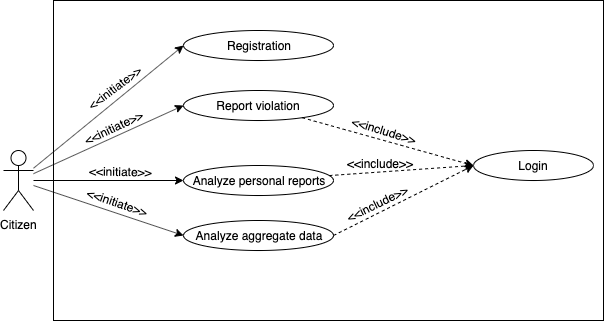
Above: Documentation/RASD/Images/UML/UseCaseUser.png in AndreaFalanti/FalantiHuang-SwEngineering2 (draw.io), before the change. Source tidied: cells renumbered, new cells last; positions are measured from the earlier drawing's top-left corner, leaving out a move shared by most shapes.
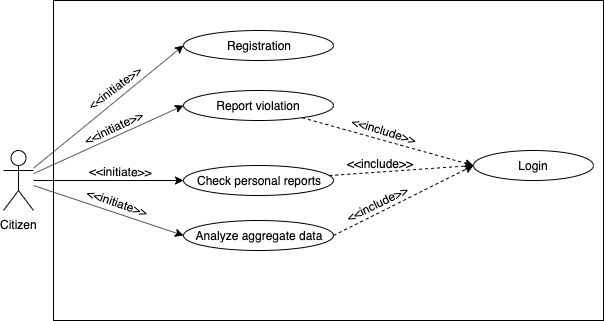
Above is the later version.

What changed in the source:
```diff
@@ -51,7 +51,7 @@
         <mxPoint x="18" y="-8" as="offset" />
       </mxGeometry>
     </mxCell>
-    <mxCell id="15" value="Analyze personal reports" style="ellipse;whiteSpace=wrap;html=1;fillColor=none;labelBackgroundColor=none;" parent="1" vertex="1">
+    <mxCell id="15" value="Check personal reports" style="ellipse;whiteSpace=wrap;html=1;fillColor=none;labelBackgroundColor=none;" parent="1" vertex="1">
       <mxGeometry x="180" y="165" width="150" height="30" as="geometry" />
     </mxCell>
     <mxCell id="16" value="Login" style="ellipse;whiteSpace=wrap;html=1;fillColor=none;labelBackgroundColor=none;" parent="1" vertex="1">
```
